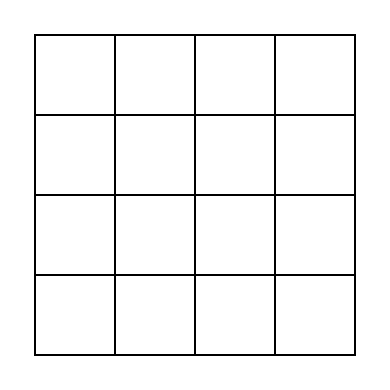
Above: doc/checkboard.drawio in shanshan-lu/homwork (draw.io), before the change. Source tidied: cells renumbered, new cells numbered last; positions are measured from the earlier drawing's top-left corner, leaving out a move shared by most shapes. Both pictures are drawn from the tidied source at 200%, with x=0, y=0 at pixel (34, 34).
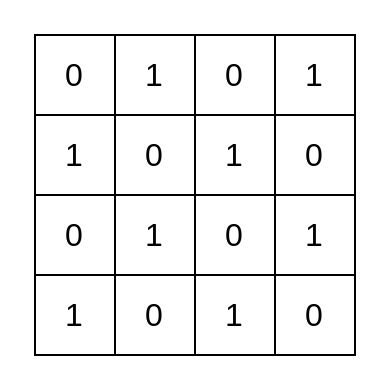
The same page after the edit.

The change refers to these unchanged cells:
```xml
<mxCell id="3" style="shape=tableRow;horizontal=0;startSize=0;swimlaneHead=0;swimlaneBody=0;strokeColor=inherit;top=0;left=0;bottom=0;right=0;fillColor=none;fontSize=16;" parent="2" vertex="1">
  <mxGeometry width="160" height="40" as="geometry" />
</mxCell>
<mxCell id="8" style="shape=tableRow;horizontal=0;startSize=0;swimlaneHead=0;swimlaneBody=0;strokeColor=inherit;top=0;left=0;bottom=0;right=0;fillColor=none;fontSize=16;" parent="2" vertex="1">
  <mxGeometry y="40" width="160" height="40" as="geometry" />
</mxCell>
<mxCell id="13" style="shape=tableRow;horizontal=0;startSize=0;swimlaneHead=0;swimlaneBody=0;strokeColor=inherit;top=0;left=0;bottom=0;right=0;fillColor=none;fontSize=16;" parent="2" vertex="1">
  <mxGeometry y="80" width="160" height="40" as="geometry" />
</mxCell>
<mxCell id="18" style="shape=tableRow;horizontal=0;startSize=0;swimlaneHead=0;swimlaneBody=0;strokeColor=inherit;top=0;left=0;bottom=0;right=0;fillColor=none;fontSize=16;" parent="2" vertex="1">
  <mxGeometry y="120" width="160" height="40" as="geometry" />
</mxCell>
```

Change to the diagram source:
```diff
@@
-    <mxCell id="4" style="shape=partialRectangle;html=1;whiteSpace=wrap;strokeColor=inherit;overflow=hidden;fillColor=none;top=0;left=0;bottom=0;right=0;fontSize=16;" parent="3" vertex="1">
+    <mxCell id="4" value="0" style="shape=partialRectangle;html=1;whiteSpace=wrap;strokeColor=inherit;overflow=hidden;fillColor=none;top=0;left=0;bottom=0;right=0;fontSize=16;" parent="3" vertex="1">
       <mxGeometry width="40" height="40" as="geometry" />
     </mxCell>
-    <mxCell id="5" style="shape=partialRectangle;html=1;whiteSpace=wrap;strokeColor=inherit;overflow=hidden;fillColor=none;top=0;left=0;bottom=0;right=0;fontSize=16;" parent="3" vertex="1">
+    <mxCell id="5" value="1" style="shape=partialRectangle;html=1;whiteSpace=wrap;strokeColor=inherit;overflow=hidden;fillColor=none;top=0;left=0;bottom=0;right=0;fontSize=16;" parent="3" vertex="1">
       <mxGeometry x="40" width="40" height="40" as="geometry" />
     </mxCell>
-    <mxCell id="6" style="shape=partialRectangle;html=1;whiteSpace=wrap;strokeColor=inherit;overflow=hidden;fillColor=none;top=0;left=0;bottom=0;right=0;fontSize=16;" parent="3" vertex="1">
+    <mxCell id="6" value="0" style="shape=partialRectangle;html=1;whiteSpace=wrap;strokeColor=inherit;overflow=hidden;fillColor=none;top=0;left=0;bottom=0;right=0;fontSize=16;" parent="3" vertex="1">
       <mxGeometry x="80" width="40" height="40" as="geometry" />
     </mxCell>
-    <mxCell id="7" style="shape=partialRectangle;html=1;whiteSpace=wrap;strokeColor=inherit;overflow=hidden;fillColor=none;top=0;left=0;bottom=0;right=0;fontSize=16;" parent="3" vertex="1">
+    <mxCell id="7" value="1" style="shape=partialRectangle;html=1;whiteSpace=wrap;strokeColor=inherit;overflow=hidden;fillColor=none;top=0;left=0;bottom=0;right=0;fontSize=16;" parent="3" vertex="1">
       <mxGeometry x="120" width="40" height="40" as="geometry" />
     </mxCell>
@@
-    <mxCell id="9" style="shape=partialRectangle;html=1;whiteSpace=wrap;strokeColor=inherit;overflow=hidden;fillColor=none;top=0;left=0;bottom=0;right=0;fontSize=16;" parent="8" vertex="1">
+    <mxCell id="9" value="1" style="shape=partialRectangle;html=1;whiteSpace=wrap;strokeColor=inherit;overflow=hidden;fillColor=none;top=0;left=0;bottom=0;right=0;fontSize=16;" parent="8" vertex="1">
       <mxGeometry width="40" height="40" as="geometry" />
     </mxCell>
-    <mxCell id="10" style="shape=partialRectangle;html=1;whiteSpace=wrap;strokeColor=inherit;overflow=hidden;fillColor=none;top=0;left=0;bottom=0;right=0;fontSize=16;" parent="8" vertex="1">
+    <mxCell id="10" value="0" style="shape=partialRectangle;html=1;whiteSpace=wrap;strokeColor=inherit;overflow=hidden;fillColor=none;top=0;left=0;bottom=0;right=0;fontSize=16;" parent="8" vertex="1">
       <mxGeometry x="40" width="40" height="40" as="geometry" />
     </mxCell>
-    <mxCell id="11" style="shape=partialRectangle;html=1;whiteSpace=wrap;strokeColor=inherit;overflow=hidden;fillColor=none;top=0;left=0;bottom=0;right=0;fontSize=16;" parent="8" vertex="1">
+    <mxCell id="11" value="1" style="shape=partialRectangle;html=1;whiteSpace=wrap;strokeColor=inherit;overflow=hidden;fillColor=none;top=0;left=0;bottom=0;right=0;fontSize=16;" parent="8" vertex="1">
       <mxGeometry x="80" width="40" height="40" as="geometry" />
     </mxCell>
-    <mxCell id="12" style="shape=partialRectangle;html=1;whiteSpace=wrap;strokeColor=inherit;overflow=hidden;fillColor=none;top=0;left=0;bottom=0;right=0;fontSize=16;" parent="8" vertex="1">
+    <mxCell id="12" value="0" style="shape=partialRectangle;html=1;whiteSpace=wrap;strokeColor=inherit;overflow=hidden;fillColor=none;top=0;left=0;bottom=0;right=0;fontSize=16;" parent="8" vertex="1">
       <mxGeometry x="120" width="40" height="40" as="geometry" />
     </mxCell>
@@
-    <mxCell id="14" style="shape=partialRectangle;html=1;whiteSpace=wrap;strokeColor=inherit;overflow=hidden;fillColor=none;top=0;left=0;bottom=0;right=0;fontSize=16;" parent="13" vertex="1">
+    <mxCell id="14" value="0" style="shape=partialRectangle;html=1;whiteSpace=wrap;strokeColor=inherit;overflow=hidden;fillColor=none;top=0;left=0;bottom=0;right=0;fontSize=16;" parent="13" vertex="1">
       <mxGeometry width="40" height="40" as="geometry" />
     </mxCell>
-    <mxCell id="15" style="shape=partialRectangle;html=1;whiteSpace=wrap;strokeColor=inherit;overflow=hidden;fillColor=none;top=0;left=0;bottom=0;right=0;fontSize=16;" parent="13" vertex="1">
+    <mxCell id="15" value="1" style="shape=partialRectangle;html=1;whiteSpace=wrap;strokeColor=inherit;overflow=hidden;fillColor=none;top=0;left=0;bottom=0;right=0;fontSize=16;" parent="13" vertex="1">
       <mxGeometry x="40" width="40" height="40" as="geometry" />
     </mxCell>
-    <mxCell id="16" style="shape=partialRectangle;html=1;whiteSpace=wrap;strokeColor=inherit;overflow=hidden;fillColor=none;top=0;left=0;bottom=0;right=0;fontSize=16;" parent="13" vertex="1">
+    <mxCell id="16" value="0" style="shape=partialRectangle;html=1;whiteSpace=wrap;strokeColor=inherit;overflow=hidden;fillColor=none;top=0;left=0;bottom=0;right=0;fontSize=16;" parent="13" vertex="1">
       <mxGeometry x="80" width="40" height="40" as="geometry" />
     </mxCell>
-    <mxCell id="17" style="shape=partialRectangle;html=1;whiteSpace=wrap;strokeColor=inherit;overflow=hidden;fillColor=none;top=0;left=0;bottom=0;right=0;fontSize=16;" parent="13" vertex="1">
+    <mxCell id="17" value="1" style="shape=partialRectangle;html=1;whiteSpace=wrap;strokeColor=inherit;overflow=hidden;fillColor=none;top=0;left=0;bottom=0;right=0;fontSize=16;" parent="13" vertex="1">
       <mxGeometry x="120" width="40" height="40" as="geometry" />
     </mxCell>
@@
-    <mxCell id="19" style="shape=partialRectangle;html=1;whiteSpace=wrap;strokeColor=inherit;overflow=hidden;fillColor=none;top=0;left=0;bottom=0;right=0;fontSize=16;" parent="18" vertex="1">
+    <mxCell id="19" value="1" style="shape=partialRectangle;html=1;whiteSpace=wrap;strokeColor=inherit;overflow=hidden;fillColor=none;top=0;left=0;bottom=0;right=0;fontSize=16;" parent="18" vertex="1">
       <mxGeometry width="40" height="40" as="geometry" />
     </mxCell>
-    <mxCell id="20" style="shape=partialRectangle;html=1;whiteSpace=wrap;strokeColor=inherit;overflow=hidden;fillColor=none;top=0;left=0;bottom=0;right=0;fontSize=16;" parent="18" vertex="1">
+    <mxCell id="20" value="0" style="shape=partialRectangle;html=1;whiteSpace=wrap;strokeColor=inherit;overflow=hidden;fillColor=none;top=0;left=0;bottom=0;right=0;fontSize=16;" parent="18" vertex="1">
       <mxGeometry x="40" width="40" height="40" as="geometry" />
     </mxCell>
-    <mxCell id="21" style="shape=partialRectangle;html=1;whiteSpace=wrap;strokeColor=inherit;overflow=hidden;fillColor=none;top=0;left=0;bottom=0;right=0;fontSize=16;" parent="18" vertex="1">
+    <mxCell id="21" value="1" style="shape=partialRectangle;html=1;whiteSpace=wrap;strokeColor=inherit;overflow=hidden;fillColor=none;top=0;left=0;bottom=0;right=0;fontSize=16;" parent="18" vertex="1">
       <mxGeometry x="80" width="40" height="40" as="geometry" />
     </mxCell>
-    <mxCell id="22" style="shape=partialRectangle;html=1;whiteSpace=wrap;strokeColor=inherit;overflow=hidden;fillColor=none;top=0;left=0;bottom=0;right=0;fontSize=16;" parent="18" vertex="1">
+    <mxCell id="22" value="0" style="shape=partialRectangle;html=1;whiteSpace=wrap;strokeColor=inherit;overflow=hidden;fillColor=none;top=0;left=0;bottom=0;right=0;fontSize=16;" parent="18" vertex="1">
       <mxGeometry x="120" width="40" height="40" as="geometry" />
     </mxCell>
```
